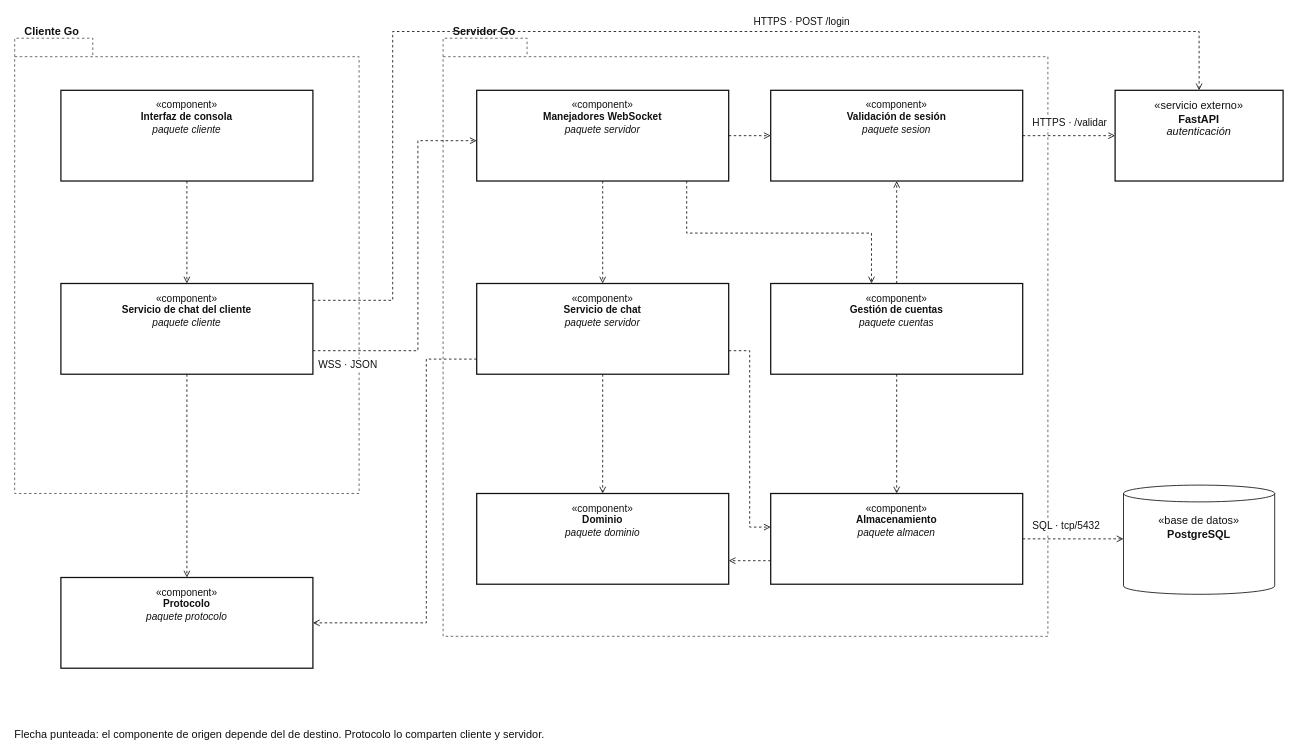
Earlier version of the draw.io diagram docs/diagramas/fase3-componentes.drawio (ales231/Integrative_project_). Source tidied: cells renumbered, new cells numbered last; positions are measured from the earlier drawing's top-left corner, leaving out a move shared by most shapes. Both pictures are drawn from the tidied source at 84%, with x=0, y=0 at pixel (14, 14).
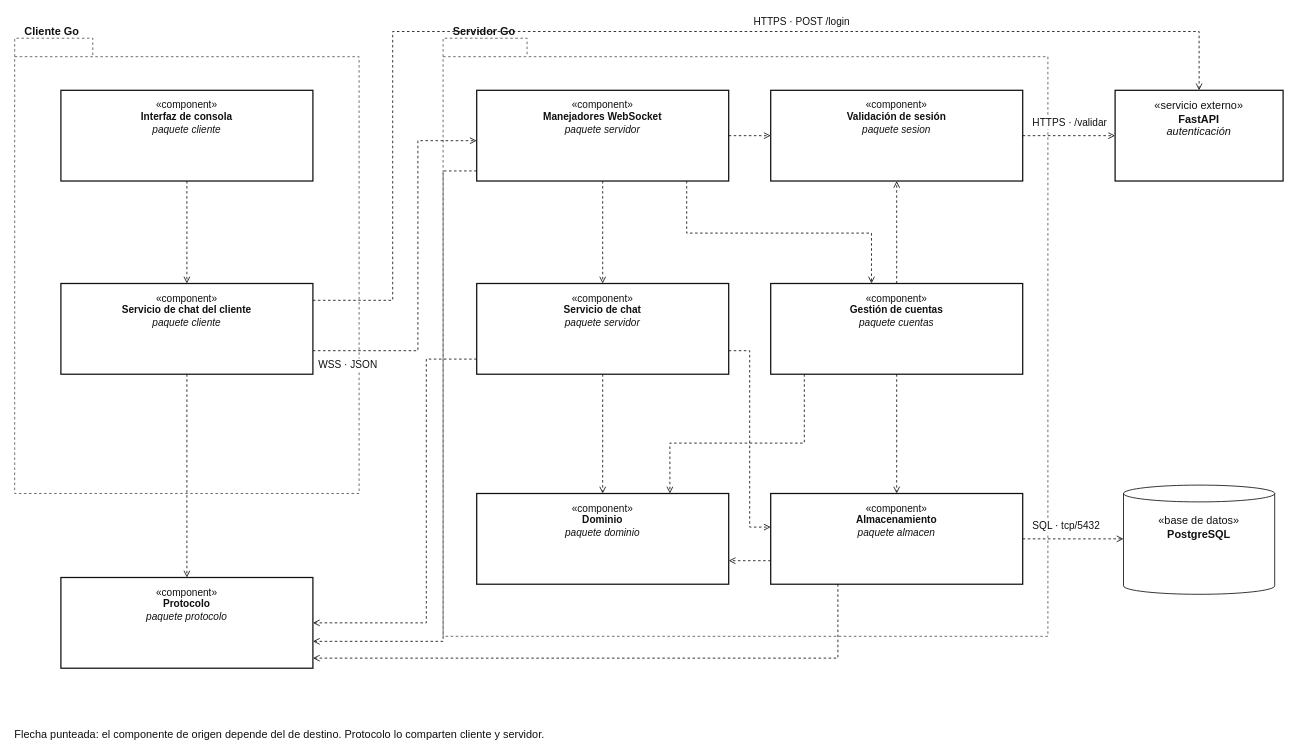
After the change.

Commit message (it also covers changes not shown here):
correccion observaciones fase 3

Change to the diagram source:
```diff
@@
-    <mxCell id="34" value="Flecha punteada: el componente de origen depende del de destino. Protocolo lo comparten cliente y servidor." style="text;align=left;verticalAlign=middle;spacing=0;fontSize=13;fontStyle=0;labelBackgroundColor=#ffffff;fontFamily=Arial;fontColor=#111;html=1;whiteSpace=wrap;" parent="1" vertex="1">
-      <mxGeometry y="847" width="787" height="19" as="geometry" />
+    <mxCell id="34" style="html=1;rounded=0;edgeStyle=none;strokeColor=#111;dashed=1;startArrow=none;endArrow=open;endFill=0;" parent="1" edge="1">
+      <mxGeometry relative="1" as="geometry">
+        <mxPoint x="550" y="186" as="sourcePoint" />
+        <mxPoint x="355" y="746" as="targetPoint" />
+        <Array as="points">
+          <mxPoint x="510" y="186" />
+          <mxPoint x="510" y="746" />
+        </Array>
+      </mxGeometry>
     </mxCell>
+    <mxCell id="35" style="html=1;rounded=0;edgeStyle=none;strokeColor=#111;dashed=1;startArrow=none;endArrow=open;endFill=0;" parent="1" edge="1">
+      <mxGeometry relative="1" as="geometry">
+        <mxPoint x="940" y="428" as="sourcePoint" />
+        <mxPoint x="780" y="570" as="targetPoint" />
+        <Array as="points">
+          <mxPoint x="940" y="510" />
+          <mxPoint x="780" y="510" />
+        </Array>
+      </mxGeometry>
+    </mxCell>
+    <mxCell id="36" style="html=1;rounded=0;edgeStyle=none;strokeColor=#111;dashed=1;startArrow=none;endArrow=open;endFill=0;" parent="1" edge="1">
+      <mxGeometry relative="1" as="geometry">
+        <mxPoint x="980" y="678" as="sourcePoint" />
+        <mxPoint x="355" y="766" as="targetPoint" />
+        <Array as="points">
+          <mxPoint x="980" y="766" />
+        </Array>
+      </mxGeometry>
+    </mxCell>
+    <mxCell id="37" value="Flecha punteada: el componente de origen depende del de destino. Protocolo lo comparten cliente y servidor." style="text;align=left;verticalAlign=middle;spacing=0;fontSize=13;fontStyle=0;labelBackgroundColor=#ffffff;fontFamily=Arial;fontColor=#111;html=1;whiteSpace=wrap;" parent="1" vertex="1">
+      <mxGeometry y="847" width="787" height="19" as="geometry" />
+    </mxCell>
```
